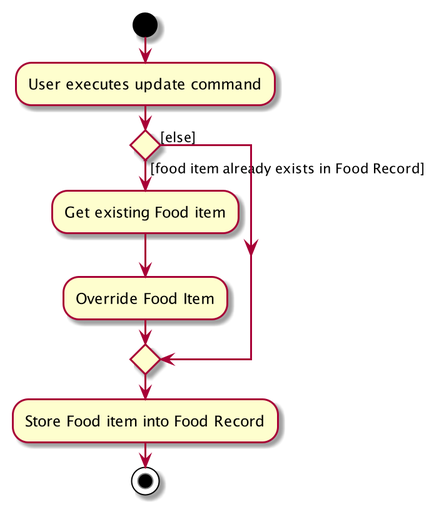
This is images/UpdateActivityDiagram.png from AY1920S2-CS2103T-F11-1/main, a PlantUML export, as it was before one commit. Source of this version:
```plantuml
@startuml

start
:User executes update command;


if () then ([food item already exists in Food Record])
    :Get existing Food item;
    :Override Food Item;
else ([else])
endif
:Store Food item into Food Record;
stop
@enduml
```
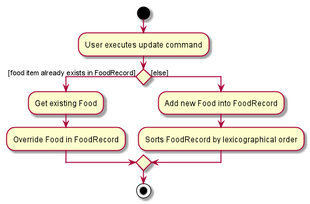
Above is the later version.

Diff of the diagram source:
```diff
@@ -4,11 +4,12 @@
 :User executes update command;
 
 
-if () then ([food item already exists in Food Record])
-    :Get existing Food item;
-    :Override Food Item;
+if () then ([food item already exists in FoodRecord])
+    :Get existing Food;
+    :Override Food in FoodRecord;
 else ([else])
+    :Add new Food into FoodRecord;
+    :Sorts FoodRecord by lexicographical order;
 endif
-:Store Food item into Food Record;
 stop
 @enduml
```
